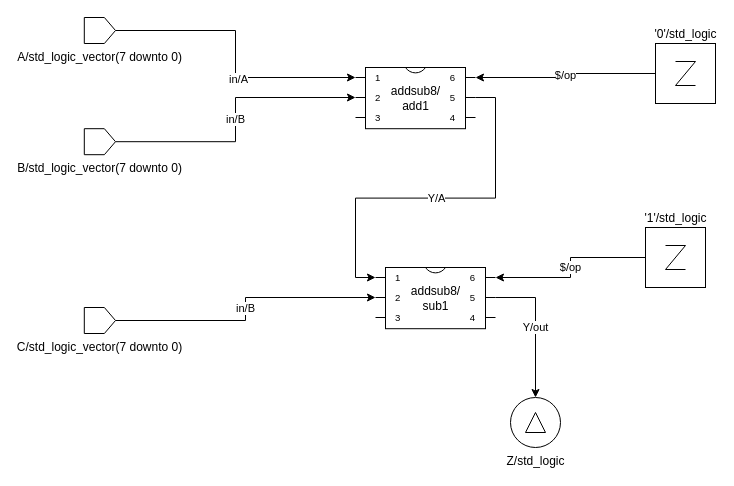
Earlier version of the draw.io diagram page "Page-9" (9 of 13) of Untitled Diagram.drawio (Chewilog/RTL_GEN). Source tidied: cells renumbered, new cells numbered last; positions are measured from the earlier drawing's top-left corner, leaving out a move shared by most shapes. Both pictures are drawn from the tidied source at 100%, with x=0, y=0 at pixel (84, 17).
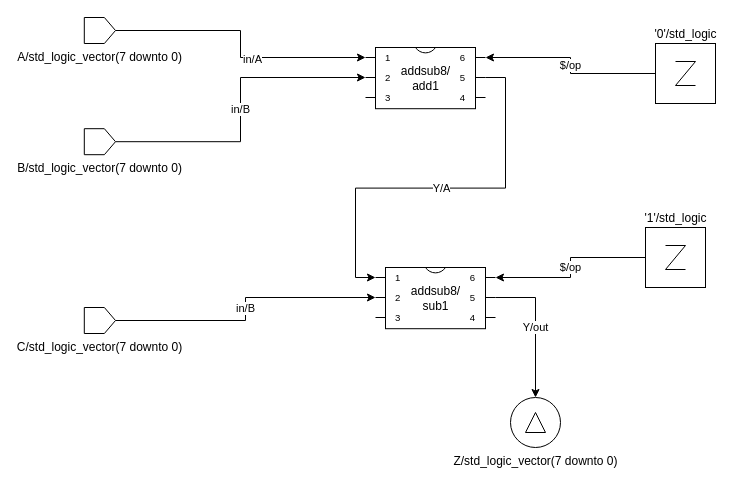
The same page after the edit.

What changed in the source:
```diff
@@
 <mxGraphModel>
   <root>
     <mxCell id="0" />
     <mxCell id="1" parent="0" />
     <mxCell id="2" style="edgeStyle=orthogonalEdgeStyle;rounded=0;orthogonalLoop=1;jettySize=auto;html=1;exitX=0;exitY=0.5;exitDx=0;exitDy=0;exitPerimeter=0;entryX=0;entryY=0;entryDx=0;entryDy=30;entryPerimeter=0;" parent="1" edge="1">
       <mxGeometry relative="1" as="geometry">
-        <mxPoint x="221" y="240" as="targetPoint" />
+        <mxPoint x="211" y="230" as="targetPoint" />
       </mxGeometry>
     </mxCell>
     <mxCell id="3" value="Y/A" style="edgeStyle=orthogonalEdgeStyle;rounded=0;jettySize=auto;html=1;exitX=1;exitY=0;exitDx=0;exitDy=30;exitPerimeter=0;entryX=0;entryY=0;entryDx=0;entryDy=10;entryPerimeter=0;" parent="1" edge="1" source="4" target="16">
       <mxGeometry relative="1" as="geometry" />
     </mxCell>
     <mxCell id="4" value="addsub8/&lt;br&gt;add1" style="shadow=0;dashed=0;align=center;html=1;strokeWidth=1;shape=mxgraph.electrical.logic_gates.dual_inline_ic;labelNames=a,b,c,d,e,f,g,h,i,j,k,l,m,n,o,p,q,r,s,t;rotation=0;" parent="1" vertex="1">
-      <mxGeometry x="271" y="50" width="120" height="61.2" as="geometry" />
+      <mxGeometry x="281" y="30" width="120" height="61.2" as="geometry" />
     </mxCell>
     <mxCell id="5" style="edgeStyle=orthogonalEdgeStyle;rounded=0;jettySize=auto;html=1;exitX=1;exitY=0.5;exitDx=0;exitDy=0;exitPerimeter=0;entryX=0;entryY=0;entryDx=0;entryDy=10;entryPerimeter=0;" parent="1" edge="1" source="7" target="4">
       <mxGeometry relative="1" as="geometry" />
     </mxCell>
     <mxCell id="6" value="in/A" style="edgeLabel;html=1;align=center;verticalAlign=middle;" parent="5" vertex="1">
       <mxGeometry x="0.18" y="-1" relative="1" as="geometry" />
     </mxCell>
     <mxCell id="7" value="A/std_logic_vector(7 downto 0)" style="verticalLabelPosition=bottom;shadow=0;dashed=0;align=center;html=1;verticalAlign=top;shape=mxgraph.electrical.abstract.dac;" parent="1" vertex="1">
       <mxGeometry x="-0.2" width="31.2" height="26" as="geometry" />
     </mxCell>
-    <mxCell id="8" value="Z/std_logic" style="verticalLabelPosition=bottom;shadow=0;dashed=0;align=center;html=1;verticalAlign=top;shape=mxgraph.electrical.abstract.delta;" parent="1" vertex="1">
-      <mxGeometry x="426" y="380" width="50" height="50" as="geometry" />
-    </mxCell>
+    <mxCell id="19" value="Z/std_logic_vector(7 downto 0)" style="verticalLabelPosition=bottom;shadow=0;dashed=0;align=center;html=1;verticalAlign=top;shape=mxgraph.electrical.abstract.delta;" parent="1" vertex="1">
+      <mxGeometry x="426" y="380" width="50" height="50" as="geometry" />
+    </mxCell>
     <mxCell id="9" value="in/B" style="edgeStyle=orthogonalEdgeStyle;rounded=0;jettySize=auto;html=1;exitX=1;exitY=0.5;exitDx=0;exitDy=0;exitPerimeter=0;entryX=0;entryY=0;entryDx=0;entryDy=30;entryPerimeter=0;" parent="1" edge="1" source="10" target="4">
       <mxGeometry relative="1" as="geometry" />
     </mxCell>
     <mxCell id="10" value="B/std_logic_vector(7 downto 0)" style="verticalLabelPosition=bottom;shadow=0;dashed=0;align=center;html=1;verticalAlign=top;shape=mxgraph.electrical.abstract.dac;" parent="1" vertex="1">
       <mxGeometry x="-0.2" y="111.2" width="31.2" height="26" as="geometry" />
     </mxCell>
     <mxCell id="11" value="in/B" style="edgeStyle=orthogonalEdgeStyle;rounded=0;jettySize=auto;html=1;exitX=1;exitY=0.5;exitDx=0;exitDy=0;exitPerimeter=0;entryX=0;entryY=0;entryDx=0;entryDy=30;entryPerimeter=0;" parent="1" edge="1" source="12" target="16">
       <mxGeometry relative="1" as="geometry" />
     </mxCell>
     <mxCell id="12" value="C/std_logic_vector(7 downto 0)" style="verticalLabelPosition=bottom;shadow=0;dashed=0;align=center;html=1;verticalAlign=top;shape=mxgraph.electrical.abstract.dac;" parent="1" vertex="1">
       <mxGeometry x="-0.2" y="290" width="31.2" height="26" as="geometry" />
     </mxCell>
     <mxCell id="13" value="$/op" style="edgeStyle=orthogonalEdgeStyle;rounded=0;jettySize=auto;html=1;exitX=0;exitY=0.5;exitDx=0;exitDy=0;exitPerimeter=0;entryX=1;entryY=0;entryDx=0;entryDy=10;entryPerimeter=0;" parent="1" edge="1" source="14" target="4">
       <mxGeometry relative="1" as="geometry" />
     </mxCell>
     <mxCell id="14" value="'0'/std_logic" style="verticalLabelPosition=top;shadow=0;dashed=0;align=center;html=1;verticalAlign=bottom;shape=mxgraph.electrical.miscellaneous.generic_component;labelPosition=center;" parent="1" vertex="1">
       <mxGeometry x="571" y="26" width="60" height="60" as="geometry" />
     </mxCell>
-    <mxCell id="15" value="Y/out" style="edgeStyle=orthogonalEdgeStyle;rounded=0;jettySize=auto;html=1;exitX=1;exitY=0;exitDx=0;exitDy=30;exitPerimeter=0;entryX=0.5;entryY=0;entryDx=0;entryDy=0;entryPerimeter=0;" parent="1" edge="1" source="16" target="8">
+    <mxCell id="15" value="Y/out" style="edgeStyle=orthogonalEdgeStyle;rounded=0;jettySize=auto;html=1;exitX=1;exitY=0;exitDx=0;exitDy=30;exitPerimeter=0;entryX=0.5;entryY=0;entryDx=0;entryDy=0;entryPerimeter=0;" parent="1" edge="1" source="16" target="19">
       <mxGeometry relative="1" as="geometry" />
     </mxCell>
     <mxCell id="16" value="addsub8/&lt;br&gt;sub1" style="shadow=0;dashed=0;align=center;html=1;strokeWidth=1;shape=mxgraph.electrical.logic_gates.dual_inline_ic;labelNames=a,b,c,d,e,f,g,h,i,j,k,l,m,n,o,p,q,r,s,t;rotation=0;" parent="1" vertex="1">
       <mxGeometry x="291" y="250" width="120" height="61.2" as="geometry" />
     </mxCell>
     <mxCell id="17" value="$/op" style="edgeStyle=orthogonalEdgeStyle;rounded=0;jettySize=auto;html=1;exitX=0;exitY=0.5;exitDx=0;exitDy=0;exitPerimeter=0;entryX=1;entryY=0;entryDx=0;entryDy=10;entryPerimeter=0;" parent="1" edge="1" source="18" target="16">
       <mxGeometry relative="1" as="geometry" />
     </mxCell>
     <mxCell id="18" value="'1'/std_logic" style="verticalLabelPosition=top;shadow=0;dashed=0;align=center;html=1;verticalAlign=bottom;shape=mxgraph.electrical.miscellaneous.generic_component;labelPosition=center;" parent="1" vertex="1">
       <mxGeometry x="561" y="210" width="60" height="60" as="geometry" />
     </mxCell>
   </root>
 </mxGraphModel>
```
